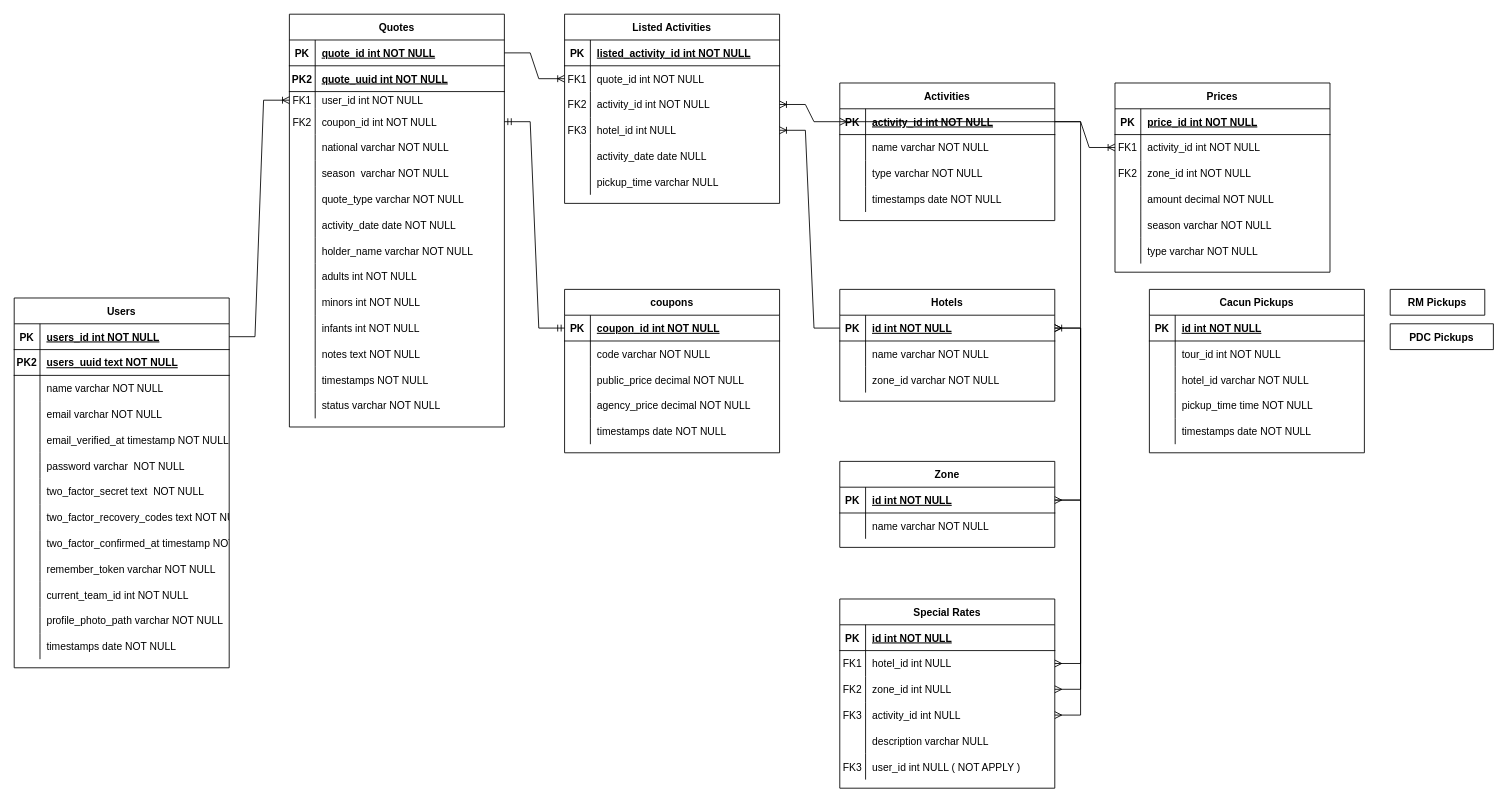
Earlier version of the draw.io diagram Diagrama sin título.drawio (Pcbtroniks/quote). Source tidied: cells renumbered, new cells numbered last; positions are measured from the earlier drawing's top-left corner, leaving out a move shared by most shapes. Both pictures are drawn from the tidied source at 86%, with x=0, y=0 at pixel (14, 14).
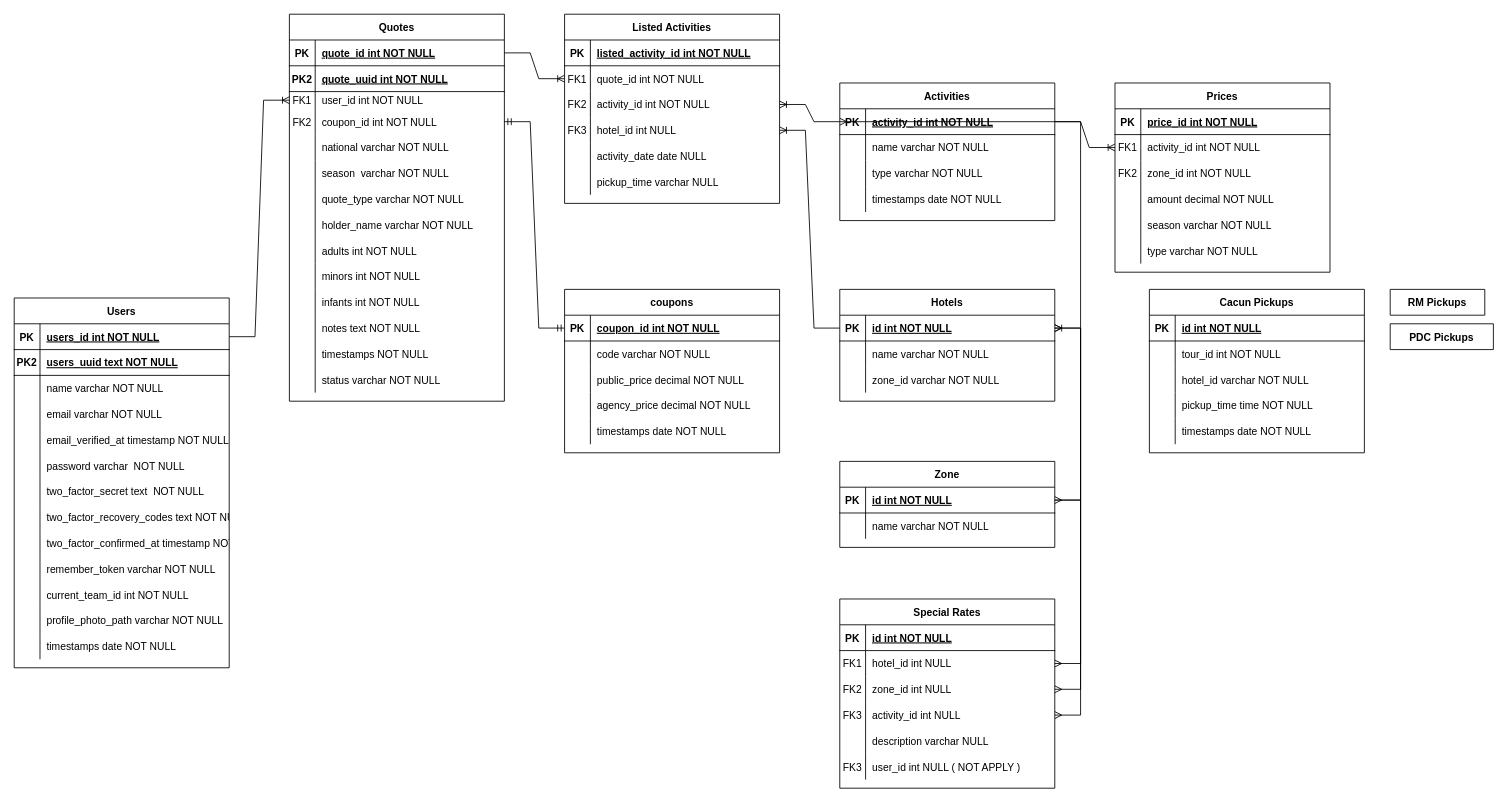
After the change.

Commit message:
Refactor Quotes Table

Unchanged cells that the change refers to:
```xml
<mxCell id="133" style="shape=partialRectangle;fillColor=none;top=0;left=0;right=0;bottom=0;" parent="120" vertex="1">
  <mxGeometry y="150" width="250" height="30" as="geometry" />
</mxCell>
```

Change to the diagram source:
```diff
@@
     <mxCell id="2" value="Quotes" style="shape=table;startSize=30;childLayout=tableLayout;rowLines=0;fontStyle=1;align=center;" parent="1" vertex="1">
-      <mxGeometry x="320" width="250" height="480" as="geometry" />
+      <mxGeometry x="320" width="250" height="450" as="geometry" />
     </mxCell>
@@
-    <mxCell id="24" style="shape=partialRectangle;fillColor=none;top=0;left=0;right=0;bottom=0;" parent="2" vertex="1">
-      <mxGeometry y="230" width="250" height="30" as="geometry" />
-    </mxCell>
-    <mxCell id="25" style="shape=partialRectangle;overflow=hidden;fillColor=none;top=0;left=0;bottom=0;right=0;" parent="24" vertex="1">
-      <mxGeometry width="30" height="30" as="geometry" />
-    </mxCell>
-    <mxCell id="26" value="activity_date date NOT NULL" style="shape=partialRectangle;overflow=hidden;fillColor=none;top=0;left=0;bottom=0;right=0;align=left;spacingLeft=6;" parent="24" vertex="1">
-      <mxGeometry x="30" width="220" height="30" as="geometry" />
-    </mxCell>
     <mxCell id="27" style="shape=partialRectangle;fillColor=none;top=0;left=0;right=0;bottom=0;" parent="2" vertex="1">
-      <mxGeometry y="260" width="250" height="30" as="geometry" />
+      <mxGeometry y="230" width="250" height="30" as="geometry" />
     </mxCell>
@@
     <mxCell id="30" style="shape=partialRectangle;fillColor=none;top=0;left=0;right=0;bottom=0;" parent="2" vertex="1">
-      <mxGeometry y="290" width="250" height="30" as="geometry" />
+      <mxGeometry y="260" width="250" height="30" as="geometry" />
     </mxCell>
@@
     <mxCell id="33" style="shape=partialRectangle;fillColor=none;top=0;left=0;right=0;bottom=0;" parent="2" vertex="1">
-      <mxGeometry y="320" width="250" height="30" as="geometry" />
+      <mxGeometry y="290" width="250" height="30" as="geometry" />
     </mxCell>
@@
     <mxCell id="36" style="shape=partialRectangle;fillColor=none;top=0;left=0;right=0;bottom=0;" parent="2" vertex="1">
-      <mxGeometry y="350" width="250" height="30" as="geometry" />
+      <mxGeometry y="320" width="250" height="30" as="geometry" />
     </mxCell>
@@
     <mxCell id="39" style="shape=partialRectangle;fillColor=none;top=0;left=0;right=0;bottom=0;" parent="2" vertex="1">
-      <mxGeometry y="380" width="250" height="30" as="geometry" />
+      <mxGeometry y="350" width="250" height="30" as="geometry" />
     </mxCell>
@@
     <mxCell id="42" style="shape=partialRectangle;fillColor=none;top=0;left=0;right=0;bottom=0;" parent="2" vertex="1">
-      <mxGeometry y="410" width="250" height="30" as="geometry" />
+      <mxGeometry y="380" width="250" height="30" as="geometry" />
     </mxCell>
@@
     <mxCell id="45" style="shape=partialRectangle;fillColor=none;top=0;left=0;right=0;bottom=0;" parent="2" vertex="1">
-      <mxGeometry y="440" width="250" height="30" as="geometry" />
+      <mxGeometry y="410" width="250" height="30" as="geometry" />
     </mxCell>
@@
-    <mxCell id="135" value="activity_date date NULL" style="shape=partialRectangle;overflow=hidden;fillColor=none;top=0;left=0;bottom=0;right=0;align=left;spacingLeft=6;" parent="133" vertex="1">
+    <mxCell id="135" value="activity_date date NULL" style="shape=partialRectangle;overflow=hidden;fillColor=none;top=0;left=0;bottom=0;right=0;align=left;spacingLeft=6;" parent="133" vertex="1">
       <mxGeometry x="30" width="220" height="30" as="geometry" />
     </mxCell>
```
